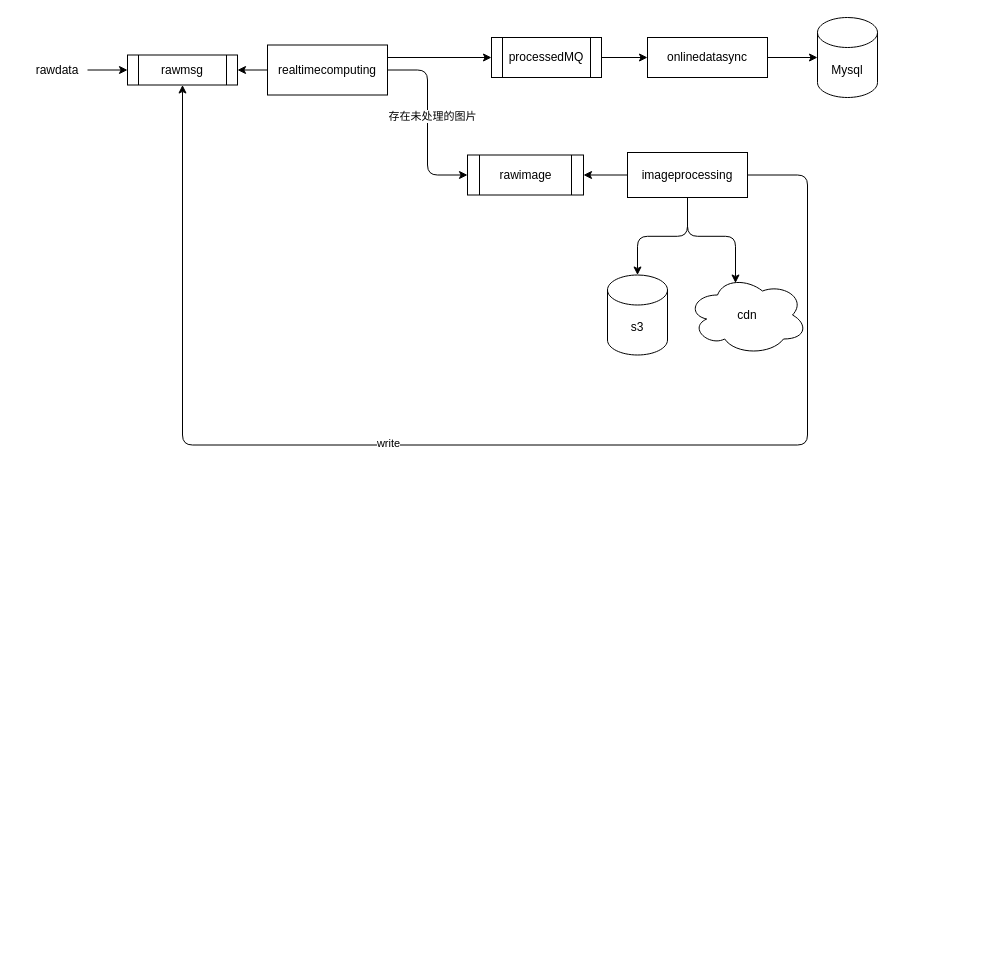
wxquare/wxquare.github.io keeps this draw.io diagram as source/diagrams/image.drawio. Above is the earlier version. Source tidied: cells renumbered, new cells numbered last; positions are measured from the earlier drawing's top-left corner, leaving out a move shared by most shapes. Both pictures are drawn from the tidied source at 100%, with x=0, y=0 at pixel (27, 17).
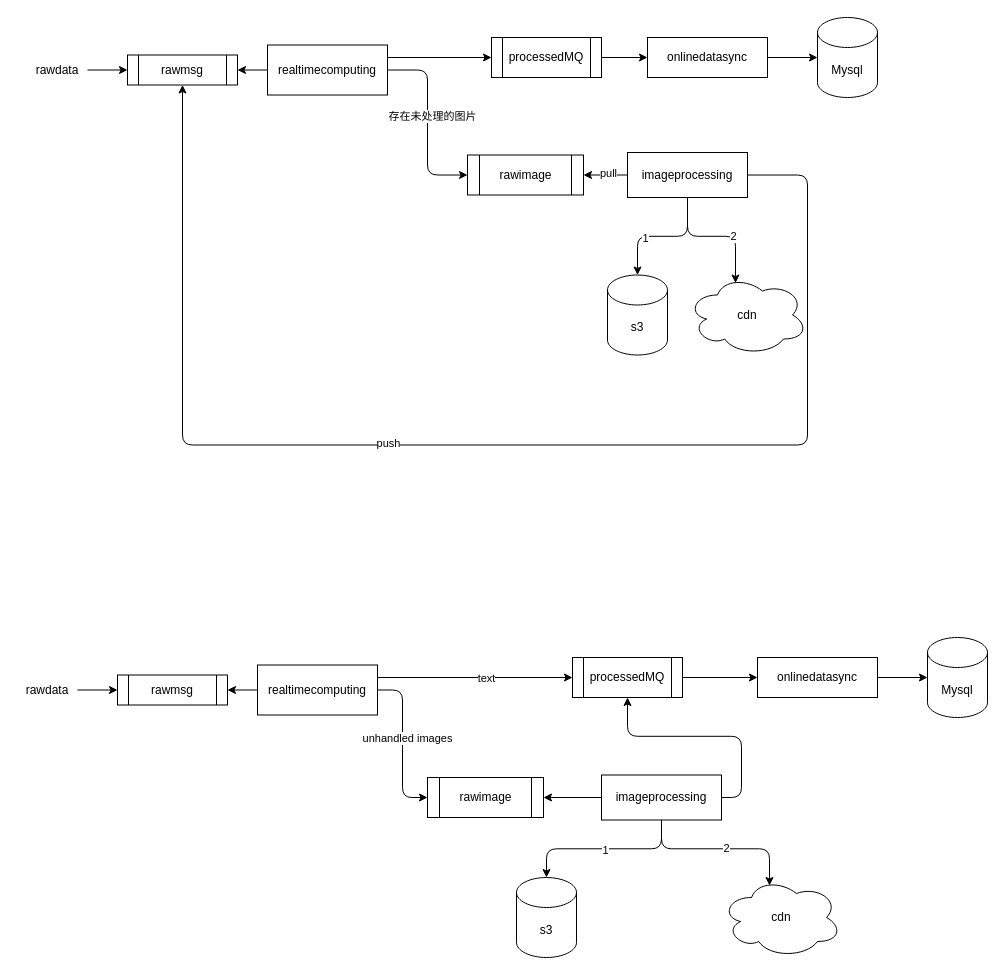
Above is the later version.

The change refers to these unchanged cells:
```xml
<mxCell id="11" style="edgeStyle=orthogonalEdgeStyle;rounded=0;jettySize=auto;html=1;exitX=0;exitY=0.5;exitDx=0;exitDy=0;entryX=1;entryY=0.5;entryDx=0;entryDy=0;" parent="1" edge="1" source="16" target="7">
  <mxGeometry relative="1" as="geometry" />
</mxCell>
<mxCell id="12" style="edgeStyle=orthogonalEdgeStyle;rounded=1;jettySize=auto;html=1;exitX=0.5;exitY=1;exitDx=0;exitDy=0;" parent="1" edge="1" source="16" target="8">
  <mxGeometry relative="1" as="geometry" />
</mxCell>
<mxCell id="13" style="edgeStyle=orthogonalEdgeStyle;rounded=1;jettySize=auto;html=1;exitX=0.5;exitY=1;exitDx=0;exitDy=0;entryX=0.4;entryY=0.1;entryDx=0;entryDy=0;entryPerimeter=0;" parent="1" edge="1" source="16" target="9">
  <mxGeometry relative="1" as="geometry" />
</mxCell>
<mxCell id="14" style="edgeStyle=orthogonalEdgeStyle;rounded=1;jettySize=auto;html=1;entryX=0.5;entryY=1;entryDx=0;entryDy=0;" parent="1" edge="1" source="16" target="10">
  <mxGeometry relative="1" as="geometry">
    <Array as="points">
      <mxPoint x="780" y="157.5" />
      <mxPoint x="780" y="427.5" />
      <mxPoint x="155" y="427.5" />
    </Array>
  </mxGeometry>
</mxCell>
```

The edit, as a diff of the source:
```diff
@@
+    <mxCell id="24" value="pull" style="edgeLabel;html=1;align=center;verticalAlign=middle;" parent="11" vertex="1">
+      <mxGeometry x="-0.09" y="-2" relative="1" as="geometry" />
+    </mxCell>
@@
+    <mxCell id="25" value="1" style="edgeLabel;html=1;align=center;verticalAlign=middle;" parent="12" vertex="1">
+      <mxGeometry x="0.27" y="2" relative="1" as="geometry" />
+    </mxCell>
@@
+    <mxCell id="26" value="2" style="edgeLabel;html=1;align=center;verticalAlign=middle;" parent="13" vertex="1">
+      <mxGeometry x="0.26" relative="1" as="geometry" />
+    </mxCell>
@@
-    <mxCell id="15" value="write" style="edgeLabel;html=1;align=center;verticalAlign=middle;" parent="14" vertex="1">
+    <mxCell id="15" value="push" style="edgeLabel;html=1;align=center;verticalAlign=middle;" parent="14" vertex="1">
       <mxGeometry x="0.14" y="-2" relative="1" as="geometry" />
     </mxCell>
@@
+    <mxCell id="27" style="edgeStyle=orthogonalEdgeStyle;rounded=0;jettySize=auto;html=1;exitX=0;exitY=0.5;exitDx=0;exitDy=0;entryX=1;entryY=0.5;entryDx=0;entryDy=0;" parent="1" edge="1" source="32" target="36">
+      <mxGeometry relative="1" as="geometry" />
+    </mxCell>
+    <mxCell id="28" style="edgeStyle=orthogonalEdgeStyle;rounded=1;jettySize=auto;html=1;exitX=1;exitY=0.5;exitDx=0;exitDy=0;entryX=0;entryY=0.5;entryDx=0;entryDy=0;" parent="1" edge="1" source="32" target="33">
+      <mxGeometry relative="1" as="geometry" />
+    </mxCell>
+    <mxCell id="29" value="unhandled images" style="edgeLabel;html=1;align=center;verticalAlign=middle;" parent="28" vertex="1">
+      <mxGeometry x="-0.07" y="4" relative="1" as="geometry" />
+    </mxCell>
+    <mxCell id="30" style="edgeStyle=orthogonalEdgeStyle;rounded=1;jettySize=auto;html=1;exitX=1;exitY=0.25;exitDx=0;exitDy=0;entryX=0;entryY=0.5;entryDx=0;entryDy=0;" parent="1" edge="1" source="32" target="48">
+      <mxGeometry relative="1" as="geometry" />
+    </mxCell>
+    <mxCell id="31" value="text" style="edgeLabel;html=1;align=center;verticalAlign=middle;" parent="30" vertex="1">
+      <mxGeometry x="0.08" y="-2" relative="1" as="geometry">
+        <mxPoint x="3" y="-2" as="offset" />
+      </mxGeometry>
+    </mxCell>
+    <mxCell id="32" value="realtimecomputing" style="rounded=0;whiteSpace=wrap;html=1;" parent="1" vertex="1">
+      <mxGeometry x="230" y="647.5" width="120" height="50" as="geometry" />
+    </mxCell>
+    <mxCell id="33" value="rawimage" style="shape=process;whiteSpace=wrap;html=1;backgroundOutline=1;" parent="1" vertex="1">
+      <mxGeometry x="400" y="760" width="116" height="40" as="geometry" />
+    </mxCell>
+    <mxCell id="34" value="s3" style="shape=cylinder3;whiteSpace=wrap;html=1;boundedLbl=1;backgroundOutline=1;size=15;" parent="1" vertex="1">
+      <mxGeometry x="489" y="860" width="60" height="80" as="geometry" />
+    </mxCell>
+    <mxCell id="35" value="cdn" style="ellipse;shape=cloud;whiteSpace=wrap;html=1;" parent="1" vertex="1">
+      <mxGeometry x="694" y="860" width="120" height="80" as="geometry" />
+    </mxCell>
+    <mxCell id="36" value="rawmsg" style="shape=process;whiteSpace=wrap;html=1;backgroundOutline=1;" parent="1" vertex="1">
+      <mxGeometry x="90" y="657.5" width="110" height="30" as="geometry" />
+    </mxCell>
+    <mxCell id="37" style="edgeStyle=orthogonalEdgeStyle;rounded=0;jettySize=auto;html=1;exitX=0;exitY=0.5;exitDx=0;exitDy=0;entryX=1;entryY=0.5;entryDx=0;entryDy=0;" parent="1" edge="1" source="43" target="33">
+      <mxGeometry relative="1" as="geometry" />
+    </mxCell>
+    <mxCell id="38" style="edgeStyle=orthogonalEdgeStyle;rounded=1;jettySize=auto;html=1;exitX=0.5;exitY=1;exitDx=0;exitDy=0;" parent="1" edge="1" source="43" target="34">
+      <mxGeometry relative="1" as="geometry" />
+    </mxCell>
+    <mxCell id="39" value="1" style="edgeLabel;html=1;align=center;verticalAlign=middle;" parent="38" vertex="1">
+      <mxGeometry x="-0.02" y="1" relative="1" as="geometry" />
+    </mxCell>
+    <mxCell id="40" style="edgeStyle=orthogonalEdgeStyle;rounded=1;jettySize=auto;html=1;exitX=0.5;exitY=1;exitDx=0;exitDy=0;entryX=0.4;entryY=0.1;entryDx=0;entryDy=0;entryPerimeter=0;" parent="1" edge="1" source="43" target="35">
+      <mxGeometry relative="1" as="geometry" />
+    </mxCell>
+    <mxCell id="41" value="2" style="edgeLabel;html=1;align=center;verticalAlign=middle;" parent="40" vertex="1">
+      <mxGeometry x="0.07" y="1" relative="1" as="geometry" />
+    </mxCell>
+    <mxCell id="42" style="edgeStyle=orthogonalEdgeStyle;rounded=1;jettySize=auto;html=1;exitX=1;exitY=0.5;exitDx=0;exitDy=0;entryX=0.5;entryY=1;entryDx=0;entryDy=0;" parent="1" edge="1" source="43" target="48">
+      <mxGeometry relative="1" as="geometry" />
+    </mxCell>
+    <mxCell id="43" value="imageprocessing" style="rounded=0;whiteSpace=wrap;html=1;" parent="1" vertex="1">
+      <mxGeometry x="574" y="757.5" width="120" height="45" as="geometry" />
+    </mxCell>
+    <mxCell id="44" style="edgeStyle=orthogonalEdgeStyle;rounded=1;jettySize=auto;html=1;exitX=1;exitY=0.5;exitDx=0;exitDy=0;entryX=0;entryY=0.5;entryDx=0;entryDy=0;entryPerimeter=0;" parent="1" edge="1" source="45" target="46">
+      <mxGeometry relative="1" as="geometry" />
+    </mxCell>
+    <mxCell id="45" value="onlinedatasync" style="rounded=0;whiteSpace=wrap;html=1;" parent="1" vertex="1">
+      <mxGeometry x="730" y="640" width="120" height="40" as="geometry" />
+    </mxCell>
+    <mxCell id="46" value="Mysql" style="shape=cylinder3;whiteSpace=wrap;html=1;boundedLbl=1;backgroundOutline=1;size=15;" parent="1" vertex="1">
+      <mxGeometry x="900" y="620" width="60" height="80" as="geometry" />
+    </mxCell>
+    <mxCell id="47" style="edgeStyle=orthogonalEdgeStyle;rounded=1;jettySize=auto;html=1;exitX=1;exitY=0.5;exitDx=0;exitDy=0;entryX=0;entryY=0.5;entryDx=0;entryDy=0;" parent="1" edge="1" source="48" target="45">
+      <mxGeometry relative="1" as="geometry" />
+    </mxCell>
+    <mxCell id="48" value="processedMQ" style="shape=process;whiteSpace=wrap;html=1;backgroundOutline=1;" parent="1" vertex="1">
+      <mxGeometry x="545" y="640" width="110" height="40" as="geometry" />
+    </mxCell>
+    <mxCell id="49" style="edgeStyle=orthogonalEdgeStyle;rounded=1;jettySize=auto;html=1;exitX=1;exitY=0.5;exitDx=0;exitDy=0;entryX=0;entryY=0.5;entryDx=0;entryDy=0;" parent="1" edge="1" source="50" target="36">
+      <mxGeometry relative="1" as="geometry" />
+    </mxCell>
+    <mxCell id="50" value="rawdata" style="text;html=1;strokeColor=none;fillColor=none;align=center;verticalAlign=middle;whiteSpace=wrap;rounded=0;" parent="1" vertex="1">
+      <mxGeometry x="-10" y="657.5" width="60" height="30" as="geometry" />
+    </mxCell>
```
